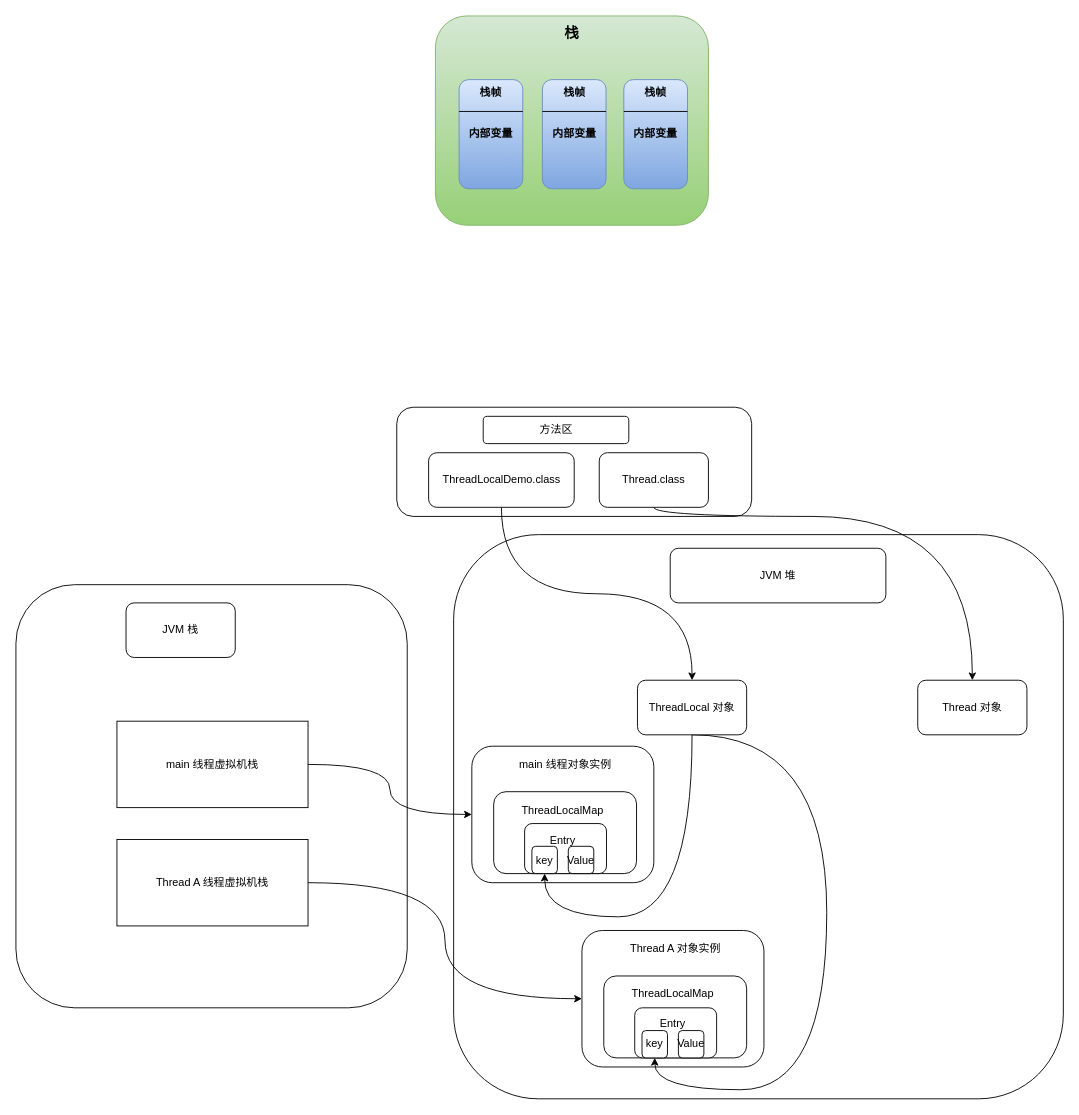
This is Concurrent/ThreadLocal/ThreadLocal-demo.drawio from Muggle666/PicGo, a draw.io file, before an edit. Source tidied: cells renumbered, new cells numbered last; positions are measured from the earlier drawing's top-left corner, leaving out a move shared by most shapes. Both pictures are drawn from the tidied source at 91%, with x=0, y=0 at pixel (15, 15).
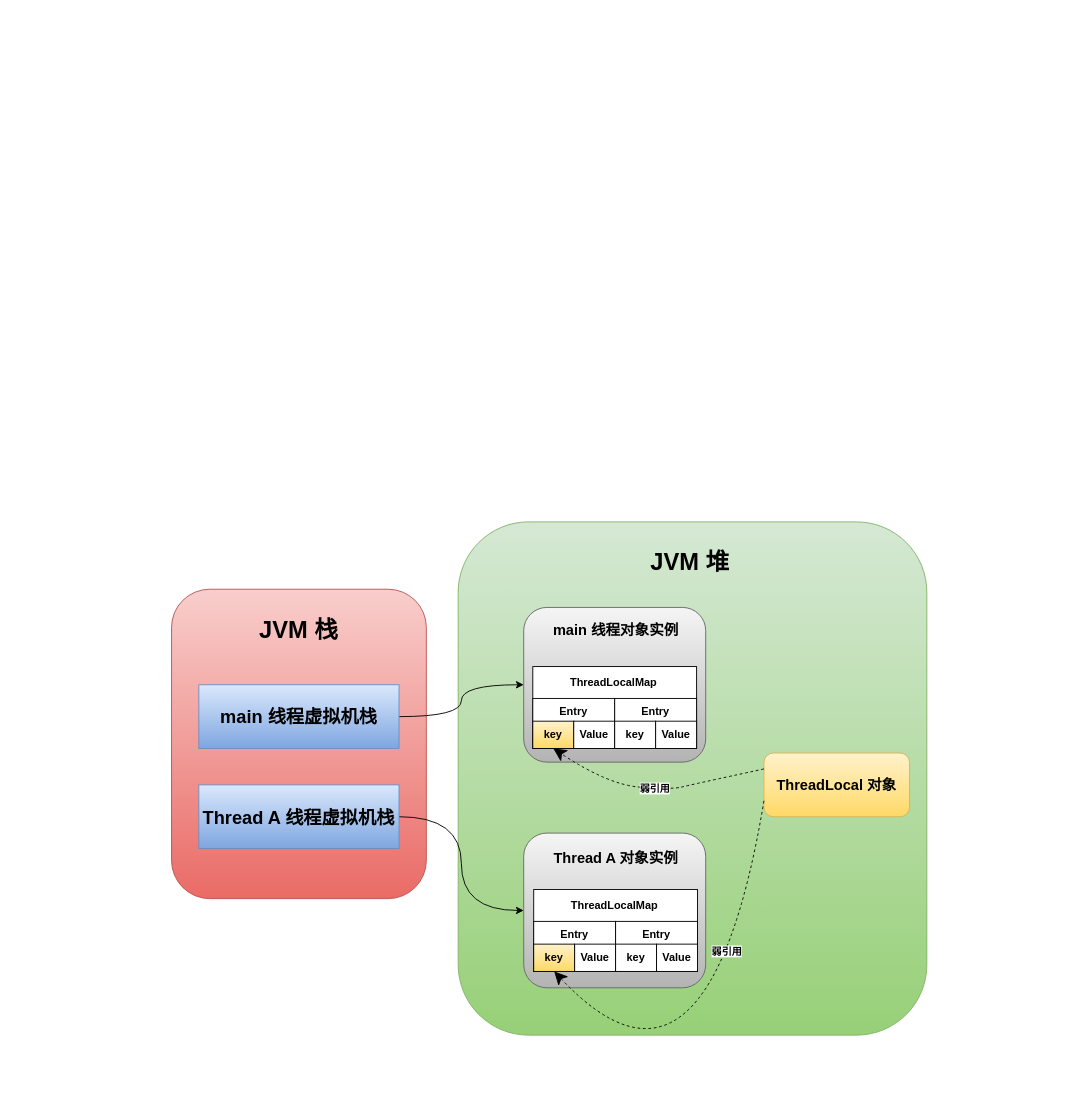
After the change.

What changed in the source:
```diff
@@
-    <mxCell id="2" style="rounded=1;whiteSpace=wrap;html=1;" parent="1" vertex="1">
-      <mxGeometry x="481" y="570" width="670" height="620" as="geometry" />
-    </mxCell>
-    <mxCell id="3" style="rounded=1;whiteSpace=wrap;html=1;" parent="1" vertex="1">
-      <mxGeometry x="622" y="1005" width="200" height="150" as="geometry" />
-    </mxCell>
-    <mxCell id="4" style="rounded=1;whiteSpace=wrap;html=1;" parent="1" vertex="1">
-      <mxGeometry x="646" y="1055" width="157" height="90" as="geometry" />
-    </mxCell>
-    <mxCell id="5" style="rounded=1;whiteSpace=wrap;html=1;" parent="1" vertex="1">
-      <mxGeometry x="680" y="1090" width="90" height="55" as="geometry" />
-    </mxCell>
+    <mxCell id="47" style="rounded=1;whiteSpace=wrap;html=1;gradientColor=#97d077;fillColor=#d5e8d4;strokeColor=#82b366;fontStyle=1;" parent="1" vertex="1">
+      <mxGeometry x="486" y="556" width="515" height="564" as="geometry" />
+    </mxCell>
+    <mxCell id="48" style="rounded=1;whiteSpace=wrap;html=1;fontStyle=1;gradientColor=#b3b3b3;fillColor=#f5f5f5;strokeColor=#666666;" parent="1" vertex="1">
+      <mxGeometry x="558" y="898" width="200" height="170" as="geometry" />
+    </mxCell>
-    <mxCell id="6" style="rounded=1;whiteSpace=wrap;html=1;" parent="1" vertex="1">
-      <mxGeometry x="501" y="802.5" width="200" height="150" as="geometry" />
+    <mxCell id="6" style="rounded=1;whiteSpace=wrap;html=1;fontStyle=1;gradientColor=#b3b3b3;fillColor=#f5f5f5;strokeColor=#666666;" parent="1" vertex="1">
+      <mxGeometry x="558" y="650" width="200" height="170" as="geometry" />
     </mxCell>
-    <mxCell id="7" style="rounded=1;whiteSpace=wrap;html=1;" parent="1" vertex="1">
-      <mxGeometry x="525" y="852.5" width="157" height="90" as="geometry" />
+    <mxCell id="7" style="rounded=0;whiteSpace=wrap;html=1;fontStyle=1;" parent="1" vertex="1">
+      <mxGeometry x="568" y="715" width="180" height="90" as="geometry" />
     </mxCell>
-    <mxCell id="8" style="rounded=1;whiteSpace=wrap;html=1;" parent="1" vertex="1">
-      <mxGeometry x="559" y="887.5" width="90" height="55" as="geometry" />
+    <mxCell id="8" style="rounded=0;whiteSpace=wrap;html=1;fontStyle=1;" parent="1" vertex="1">
+      <mxGeometry x="568" y="750" width="90" height="55" as="geometry" />
     </mxCell>
-    <mxCell id="9" style="rounded=1;whiteSpace=wrap;html=1;" parent="1" vertex="1">
-      <mxGeometry y="625" width="430" height="465" as="geometry" />
+    <mxCell id="9" style="rounded=1;whiteSpace=wrap;html=1;fontStyle=1;gradientColor=#ea6b66;fillColor=#f8cecc;strokeColor=#b85450;" parent="1" vertex="1">
+      <mxGeometry x="171" y="630" width="280" height="340" as="geometry" />
     </mxCell>
-    <mxCell id="10" style="rounded=1;whiteSpace=wrap;html=1;fontStyle=1;gradientColor=#97d077;fillColor=#d5e8d4;strokeColor=#82b366;" parent="1" vertex="1">
-      <mxGeometry x="461" width="300" height="230" as="geometry" />
-    </mxCell>
-    <mxCell id="11" value="内部变量" style="rounded=1;whiteSpace=wrap;html=1;fontStyle=1;gradientColor=#7ea6e0;fillColor=#dae8fc;strokeColor=#6c8ebf;" parent="1" vertex="1">
-      <mxGeometry x="487" y="70" width="70" height="120" as="geometry" />
-    </mxCell>
-    <mxCell id="12" value="栈帧" style="text;html=1;strokeColor=none;fillColor=none;align=center;verticalAlign=middle;whiteSpace=wrap;rounded=0;fontStyle=1;" parent="1" vertex="1">
-      <mxGeometry x="502" y="74" width="40" height="20" as="geometry" />
-    </mxCell>
-    <mxCell id="13" value="栈" style="text;html=1;strokeColor=none;fillColor=none;align=center;verticalAlign=middle;whiteSpace=wrap;rounded=0;fontStyle=1;fontSize=16;" parent="1" vertex="1">
-      <mxGeometry x="591" y="9" width="40" height="20" as="geometry" />
-    </mxCell>
-    <mxCell id="14" style="endArrow=none;html=1;exitX=0;exitY=0.5;exitDx=0;exitDy=0;entryX=1;entryY=0.5;entryDx=0;entryDy=0;fontStyle=1;" parent="1" edge="1">
-      <mxGeometry relative="1" as="geometry">
-        <mxPoint x="487" y="105" as="sourcePoint" />
-        <mxPoint x="557" y="105" as="targetPoint" />
-      </mxGeometry>
-    </mxCell>
-    <mxCell id="15" value="内部变量" style="rounded=1;whiteSpace=wrap;html=1;fontStyle=1;gradientColor=#7ea6e0;fillColor=#dae8fc;strokeColor=#6c8ebf;" parent="1" vertex="1">
-      <mxGeometry x="578.5" y="70" width="70" height="120" as="geometry" />
-    </mxCell>
-    <mxCell id="16" value="栈帧" style="text;html=1;strokeColor=none;fillColor=none;align=center;verticalAlign=middle;whiteSpace=wrap;rounded=0;fontStyle=1;" parent="1" vertex="1">
-      <mxGeometry x="593.5" y="74" width="40" height="20" as="geometry" />
-    </mxCell>
-    <mxCell id="17" style="endArrow=none;html=1;exitX=0;exitY=0.5;exitDx=0;exitDy=0;entryX=1;entryY=0.5;entryDx=0;entryDy=0;fontStyle=1;" parent="1" edge="1">
-      <mxGeometry relative="1" as="geometry">
-        <mxPoint x="578.5" y="105" as="sourcePoint" />
-        <mxPoint x="648.5" y="105" as="targetPoint" />
-      </mxGeometry>
-    </mxCell>
-    <mxCell id="18" value="内部变量" style="rounded=1;whiteSpace=wrap;html=1;fontStyle=1;gradientColor=#7ea6e0;fillColor=#dae8fc;strokeColor=#6c8ebf;" parent="1" vertex="1">
-      <mxGeometry x="668" y="70" width="70" height="120" as="geometry" />
-    </mxCell>
-    <mxCell id="19" value="栈帧" style="text;html=1;strokeColor=none;fillColor=none;align=center;verticalAlign=middle;whiteSpace=wrap;rounded=0;fontStyle=1;" parent="1" vertex="1">
-      <mxGeometry x="683" y="74" width="40" height="20" as="geometry" />
-    </mxCell>
-    <mxCell id="20" style="endArrow=none;html=1;exitX=0;exitY=0.5;exitDx=0;exitDy=0;entryX=1;entryY=0.5;entryDx=0;entryDy=0;fontStyle=1;" parent="1" edge="1">
-      <mxGeometry relative="1" as="geometry">
-        <mxPoint x="668" y="105" as="sourcePoint" />
-        <mxPoint x="738" y="105" as="targetPoint" />
-      </mxGeometry>
-    </mxCell>
-    <mxCell id="21" style="edgeStyle=orthogonalEdgeStyle;curved=1;jettySize=auto;html=1;exitX=1;exitY=0.5;exitDx=0;exitDy=0;entryX=0;entryY=0.5;entryDx=0;entryDy=0;strokeColor=#000000;" parent="1" edge="1" source="22" target="6">
+    <mxCell id="21" style="edgeStyle=orthogonalEdgeStyle;curved=1;jettySize=auto;html=1;exitX=1;exitY=0.5;exitDx=0;exitDy=0;entryX=0;entryY=0.5;entryDx=0;entryDy=0;strokeColor=#000000;fontStyle=1;" parent="1" edge="1" source="22" target="6">
       <mxGeometry relative="1" as="geometry" />
     </mxCell>
-    <mxCell id="22" value="&lt;span style=&quot;white-space: normal&quot;&gt;main 线程虚拟机栈&lt;/span&gt;" style="rounded=0;whiteSpace=wrap;html=1;" parent="1" vertex="1">
-      <mxGeometry x="111" y="775" width="210" height="95" as="geometry" />
+    <mxCell id="22" value="&lt;span style=&quot;white-space: normal&quot;&gt;&lt;font style=&quot;font-size: 20px&quot;&gt;main 线程虚拟机栈&lt;/font&gt;&lt;/span&gt;" style="rounded=0;whiteSpace=wrap;html=1;fontStyle=1;gradientColor=#7ea6e0;fillColor=#dae8fc;strokeColor=#6c8ebf;" parent="1" vertex="1">
+      <mxGeometry x="201" y="735" width="220" height="70" as="geometry" />
     </mxCell>
-    <mxCell id="23" value="JVM 栈" style="rounded=1;whiteSpace=wrap;html=1;" parent="1" vertex="1">
-      <mxGeometry x="121" y="645" width="120" height="60" as="geometry" />
-    </mxCell>
-    <mxCell id="24" value="JVM 堆" style="rounded=1;whiteSpace=wrap;html=1;" parent="1" vertex="1">
-      <mxGeometry x="719" y="585" width="237" height="60" as="geometry" />
-    </mxCell>
-    <mxCell id="25" style="rounded=1;whiteSpace=wrap;html=1;" parent="1" vertex="1">
-      <mxGeometry x="418.5" y="430" width="390" height="120" as="geometry" />
-    </mxCell>
-    <mxCell id="26" value="方法区" style="rounded=1;whiteSpace=wrap;html=1;" parent="1" vertex="1">
-      <mxGeometry x="513.5" y="440" width="160" height="30" as="geometry" />
-    </mxCell>
-    <mxCell id="27" style="edgeStyle=orthogonalEdgeStyle;jettySize=auto;html=1;exitX=0.5;exitY=1;exitDx=0;exitDy=0;entryX=0.5;entryY=0;entryDx=0;entryDy=0;strokeColor=#000000;curved=1;" parent="1" edge="1" source="28" target="31">
-      <mxGeometry relative="1" as="geometry" />
-    </mxCell>
-    <mxCell id="28" value="ThreadLocalDemo.class" style="rounded=1;whiteSpace=wrap;html=1;" parent="1" vertex="1">
-      <mxGeometry x="453.5" y="480" width="160" height="60" as="geometry" />
-    </mxCell>
-    <mxCell id="29" style="edgeStyle=orthogonalEdgeStyle;curved=1;jettySize=auto;html=1;exitX=0.5;exitY=1;exitDx=0;exitDy=0;entryX=0.5;entryY=1;entryDx=0;entryDy=0;strokeColor=#000000;" parent="1" edge="1" source="31" target="38">
-      <mxGeometry relative="1" as="geometry">
-        <Array as="points">
-          <mxPoint x="743" y="990" />
-          <mxPoint x="581" y="990" />
-        </Array>
-      </mxGeometry>
-    </mxCell>
-    <mxCell id="30" style="edgeStyle=orthogonalEdgeStyle;curved=1;jettySize=auto;html=1;exitX=0.5;exitY=1;exitDx=0;exitDy=0;entryX=0.5;entryY=1;entryDx=0;entryDy=0;strokeColor=#000000;" parent="1" edge="1" source="31" target="43">
-      <mxGeometry relative="1" as="geometry">
-        <Array as="points">
-          <mxPoint x="891" y="790" />
-          <mxPoint x="891" y="1180" />
-          <mxPoint x="702" y="1180" />
-        </Array>
-      </mxGeometry>
-    </mxCell>
-    <mxCell id="31" value="ThreadLocal 对象" style="rounded=1;whiteSpace=wrap;html=1;" parent="1" vertex="1">
-      <mxGeometry x="683" y="730" width="120" height="60" as="geometry" />
+    <mxCell id="31" value="&lt;font style=&quot;font-size: 16px&quot;&gt;ThreadLocal 对象&lt;/font&gt;" style="rounded=1;whiteSpace=wrap;html=1;fontStyle=1;fillColor=#fff2cc;strokeColor=#d6b656;gradientColor=#ffd966;" parent="1" vertex="1">
+      <mxGeometry x="822" y="810" width="160" height="70" as="geometry" />
     </mxCell>
-    <mxCell id="32" style="edgeStyle=orthogonalEdgeStyle;curved=1;jettySize=auto;html=1;exitX=0.5;exitY=1;exitDx=0;exitDy=0;strokeColor=#000000;" parent="1" edge="1" source="33" target="34">
-      <mxGeometry relative="1" as="geometry">
-        <Array as="points">
-          <mxPoint x="701" y="550" />
-          <mxPoint x="1051" y="550" />
-        </Array>
-      </mxGeometry>
-    </mxCell>
-    <mxCell id="33" value="Thread.class" style="rounded=1;whiteSpace=wrap;html=1;" parent="1" vertex="1">
-      <mxGeometry x="641" y="480" width="120" height="60" as="geometry" />
-    </mxCell>
-    <mxCell id="34" value="Thread 对象" style="rounded=1;whiteSpace=wrap;html=1;" parent="1" vertex="1">
-      <mxGeometry x="991" y="730" width="120" height="60" as="geometry" />
-    </mxCell>
-    <mxCell id="35" value="ThreadLocalMap" style="text;html=1;strokeColor=none;fillColor=none;align=center;verticalAlign=middle;whiteSpace=wrap;rounded=0;" parent="1" vertex="1">
-      <mxGeometry x="581" y="862.5" width="40" height="20" as="geometry" />
+    <mxCell id="35" value="ThreadLocalMap" style="text;html=1;strokeColor=none;fillColor=none;align=center;verticalAlign=middle;whiteSpace=wrap;rounded=0;fontStyle=1;" parent="1" vertex="1">
+      <mxGeometry x="637" y="725" width="40" height="15" as="geometry" />
     </mxCell>
-    <mxCell id="36" value="main 线程对象实例" style="text;html=1;strokeColor=none;fillColor=none;align=center;verticalAlign=middle;whiteSpace=wrap;rounded=0;" parent="1" vertex="1">
-      <mxGeometry x="546" y="812.5" width="116" height="20" as="geometry" />
+    <mxCell id="36" value="&lt;font style=&quot;font-size: 16px&quot;&gt;main 线程对象实例&lt;/font&gt;" style="text;html=1;strokeColor=none;fillColor=none;align=center;verticalAlign=middle;whiteSpace=wrap;rounded=0;fontStyle=1;" parent="1" vertex="1">
+      <mxGeometry x="584.5" y="665" width="149" height="20" as="geometry" />
     </mxCell>
-    <mxCell id="37" value="Entry" style="text;html=1;strokeColor=none;fillColor=none;align=center;verticalAlign=middle;whiteSpace=wrap;rounded=0;" parent="1" vertex="1">
-      <mxGeometry x="581" y="895.5" width="40" height="20" as="geometry" />
+    <mxCell id="37" value="Entry" style="text;html=1;strokeColor=none;fillColor=none;align=center;verticalAlign=middle;whiteSpace=wrap;rounded=0;fontStyle=1;" parent="1" vertex="1">
+      <mxGeometry x="592.5" y="755" width="40" height="20" as="geometry" />
     </mxCell>
-    <mxCell id="38" value="key" style="rounded=1;whiteSpace=wrap;html=1;" parent="1" vertex="1">
-      <mxGeometry x="567" y="912.5" width="28" height="30" as="geometry" />
+    <mxCell id="38" value="key" style="rounded=0;whiteSpace=wrap;html=1;fontStyle=1;gradientColor=#ffd966;fillColor=#fff2cc;strokeColor=#000000;" parent="1" vertex="1">
+      <mxGeometry x="568" y="775" width="45" height="30" as="geometry" />
     </mxCell>
-    <mxCell id="39" value="Value" style="rounded=1;whiteSpace=wrap;html=1;" parent="1" vertex="1">
-      <mxGeometry x="607" y="912.5" width="28" height="30" as="geometry" />
+    <mxCell id="39" value="Value" style="rounded=0;whiteSpace=wrap;html=1;fontStyle=1;" parent="1" vertex="1">
+      <mxGeometry x="613" y="775" width="45" height="30" as="geometry" />
     </mxCell>
+    <mxCell id="45" style="edgeStyle=orthogonalEdgeStyle;curved=1;jettySize=auto;html=1;exitX=1;exitY=0.5;exitDx=0;exitDy=0;entryX=0;entryY=0.5;entryDx=0;entryDy=0;strokeColor=#000000;fontStyle=1;" parent="1" edge="1" source="46" target="48">
+      <mxGeometry relative="1" as="geometry" />
+    </mxCell>
+    <mxCell id="46" value="&lt;span style=&quot;white-space: normal&quot;&gt;&lt;font style=&quot;font-size: 20px&quot;&gt;Thread A 线程虚拟机栈&lt;/font&gt;&lt;/span&gt;" style="rounded=0;whiteSpace=wrap;html=1;fontStyle=1;gradientColor=#7ea6e0;fillColor=#dae8fc;strokeColor=#6c8ebf;" parent="1" vertex="1">
+      <mxGeometry x="201" y="845" width="220" height="70" as="geometry" />
+    </mxCell>
+    <mxCell id="24" value="&lt;font style=&quot;font-size: 26px&quot;&gt;JVM 堆&lt;/font&gt;" style="text;html=1;strokeColor=none;fillColor=none;align=center;verticalAlign=middle;whiteSpace=wrap;rounded=0;fontStyle=1;" parent="1" vertex="1">
+      <mxGeometry x="695" y="590" width="92" height="20" as="geometry" />
+    </mxCell>
+    <mxCell id="23" value="&lt;span style=&quot;&quot;&gt;&lt;font style=&quot;font-size: 26px&quot;&gt;JVM 栈&lt;/font&gt;&lt;/span&gt;" style="text;html=1;strokeColor=none;fillColor=none;align=center;verticalAlign=middle;whiteSpace=wrap;rounded=0;fontStyle=1;" parent="1" vertex="1">
+      <mxGeometry x="243" y="665" width="136" height="20" as="geometry" />
+    </mxCell>
+    <mxCell id="49" style="rounded=0;whiteSpace=wrap;html=1;fontStyle=1;" parent="1" vertex="1">
+      <mxGeometry x="658" y="750" width="90" height="55" as="geometry" />
+    </mxCell>
+    <mxCell id="50" value="Entry" style="text;html=1;strokeColor=none;fillColor=none;align=center;verticalAlign=middle;whiteSpace=wrap;rounded=0;fontStyle=1;" parent="1" vertex="1">
+      <mxGeometry x="682.5" y="755" width="40" height="20" as="geometry" />
+    </mxCell>
+    <mxCell id="51" value="key" style="rounded=0;whiteSpace=wrap;html=1;fontStyle=1;" parent="1" vertex="1">
+      <mxGeometry x="658" y="775" width="45" height="30" as="geometry" />
+    </mxCell>
+    <mxCell id="52" value="Value" style="rounded=0;whiteSpace=wrap;html=1;fontStyle=1;" parent="1" vertex="1">
+      <mxGeometry x="703" y="775" width="45" height="30" as="geometry" />
+    </mxCell>
+    <mxCell id="53" style="rounded=0;whiteSpace=wrap;html=1;fontStyle=1;" parent="1" vertex="1">
+      <mxGeometry x="569" y="960" width="180" height="90" as="geometry" />
+    </mxCell>
+    <mxCell id="54" style="rounded=0;whiteSpace=wrap;html=1;fontStyle=1;" parent="1" vertex="1">
+      <mxGeometry x="569" y="995" width="90" height="55" as="geometry" />
+    </mxCell>
-    <mxCell id="40" value="ThreadLocalMap" style="text;html=1;strokeColor=none;fillColor=none;align=center;verticalAlign=middle;whiteSpace=wrap;rounded=0;" parent="1" vertex="1">
-      <mxGeometry x="702" y="1065" width="40" height="20" as="geometry" />
+    <mxCell id="40" value="ThreadLocalMap" style="text;html=1;strokeColor=none;fillColor=none;align=center;verticalAlign=middle;whiteSpace=wrap;rounded=0;fontStyle=1;" parent="1" vertex="1">
+      <mxGeometry x="638" y="970" width="40" height="15" as="geometry" />
     </mxCell>
-    <mxCell id="41" value="Thread A 对象实例" style="text;html=1;strokeColor=none;fillColor=none;align=center;verticalAlign=middle;whiteSpace=wrap;rounded=0;" parent="1" vertex="1">
-      <mxGeometry x="667" y="1015" width="116" height="20" as="geometry" />
+    <mxCell id="41" value="&lt;font style=&quot;font-size: 16px&quot;&gt;Thread A 对象实例&lt;/font&gt;" style="text;html=1;strokeColor=none;fillColor=none;align=center;verticalAlign=middle;whiteSpace=wrap;rounded=0;fontStyle=1;" parent="1" vertex="1">
+      <mxGeometry x="584.5" y="915" width="149" height="20" as="geometry" />
     </mxCell>
-    <mxCell id="42" value="Entry" style="text;html=1;strokeColor=none;fillColor=none;align=center;verticalAlign=middle;whiteSpace=wrap;rounded=0;" parent="1" vertex="1">
-      <mxGeometry x="702" y="1098" width="40" height="20" as="geometry" />
-    </mxCell>
-    <mxCell id="43" value="key" style="rounded=1;whiteSpace=wrap;html=1;" parent="1" vertex="1">
-      <mxGeometry x="688" y="1115" width="28" height="30" as="geometry" />
-    </mxCell>
-    <mxCell id="44" value="Value" style="rounded=1;whiteSpace=wrap;html=1;" parent="1" vertex="1">
-      <mxGeometry x="728" y="1115" width="28" height="30" as="geometry" />
-    </mxCell>
-    <mxCell id="45" style="edgeStyle=orthogonalEdgeStyle;curved=1;jettySize=auto;html=1;exitX=1;exitY=0.5;exitDx=0;exitDy=0;entryX=0;entryY=0.5;entryDx=0;entryDy=0;strokeColor=#000000;" parent="1" edge="1" source="46" target="3">
-      <mxGeometry relative="1" as="geometry" />
-    </mxCell>
-    <mxCell id="46" value="&lt;span style=&quot;white-space: normal&quot;&gt;Thread A 线程虚拟机栈&lt;/span&gt;" style="rounded=0;whiteSpace=wrap;html=1;" parent="1" vertex="1">
-      <mxGeometry x="111" y="905" width="210" height="95" as="geometry" />
-    </mxCell>
+    <mxCell id="55" value="Entry" style="text;html=1;strokeColor=none;fillColor=none;align=center;verticalAlign=middle;whiteSpace=wrap;rounded=0;fontStyle=1;" parent="1" vertex="1">
+      <mxGeometry x="593.5" y="1000" width="40" height="20" as="geometry" />
+    </mxCell>
+    <mxCell id="56" value="key" style="rounded=0;whiteSpace=wrap;html=1;fontStyle=1;gradientColor=#ffd966;fillColor=#fff2cc;strokeColor=#000000;" parent="1" vertex="1">
+      <mxGeometry x="569" y="1020" width="45" height="30" as="geometry" />
+    </mxCell>
+    <mxCell id="57" value="Value" style="rounded=0;whiteSpace=wrap;html=1;fontStyle=1;" parent="1" vertex="1">
+      <mxGeometry x="614" y="1020" width="45" height="30" as="geometry" />
+    </mxCell>
+    <mxCell id="58" style="rounded=0;whiteSpace=wrap;html=1;fontStyle=1;" parent="1" vertex="1">
+      <mxGeometry x="659" y="995" width="90" height="55" as="geometry" />
+    </mxCell>
+    <mxCell id="59" value="Entry" style="text;html=1;strokeColor=none;fillColor=none;align=center;verticalAlign=middle;whiteSpace=wrap;rounded=0;fontStyle=1;" parent="1" vertex="1">
+      <mxGeometry x="683.5" y="1000" width="40" height="20" as="geometry" />
+    </mxCell>
+    <mxCell id="60" value="key" style="rounded=0;whiteSpace=wrap;html=1;fontStyle=1;" parent="1" vertex="1">
+      <mxGeometry x="659" y="1020" width="45" height="30" as="geometry" />
+    </mxCell>
+    <mxCell id="61" value="Value" style="rounded=0;whiteSpace=wrap;html=1;fontStyle=1;" parent="1" vertex="1">
+      <mxGeometry x="704" y="1020" width="45" height="30" as="geometry" />
+    </mxCell>
+    <mxCell id="29" value="弱引用" style="endArrow=classic;endSize=12;dashed=1;html=1;entryX=0.5;entryY=1;entryDx=0;entryDy=0;exitX=0;exitY=0.25;exitDx=0;exitDy=0;curved=1;endFill=1;fontStyle=1;" parent="1" edge="1" source="31" target="38">
+      <mxGeometry relative="1" as="geometry">
+        <Array as="points">
+          <mxPoint x="741" y="845" />
+          <mxPoint x="721" y="850" />
+          <mxPoint x="651" y="845" />
+        </Array>
+      </mxGeometry>
+    </mxCell>
+    <mxCell id="62" value="弱引用" style="endArrow=classic;endSize=12;dashed=1;html=1;entryX=0.5;entryY=1;entryDx=0;entryDy=0;exitX=0;exitY=0.75;exitDx=0;exitDy=0;curved=1;endFill=1;fontStyle=1;" parent="1" edge="1" source="31" target="56">
+      <mxGeometry x="-0.45" y="-13" relative="1" as="geometry">
+        <Array as="points">
+          <mxPoint x="761" y="1230" />
+        </Array>
+      </mxGeometry>
+    </mxCell>
```
